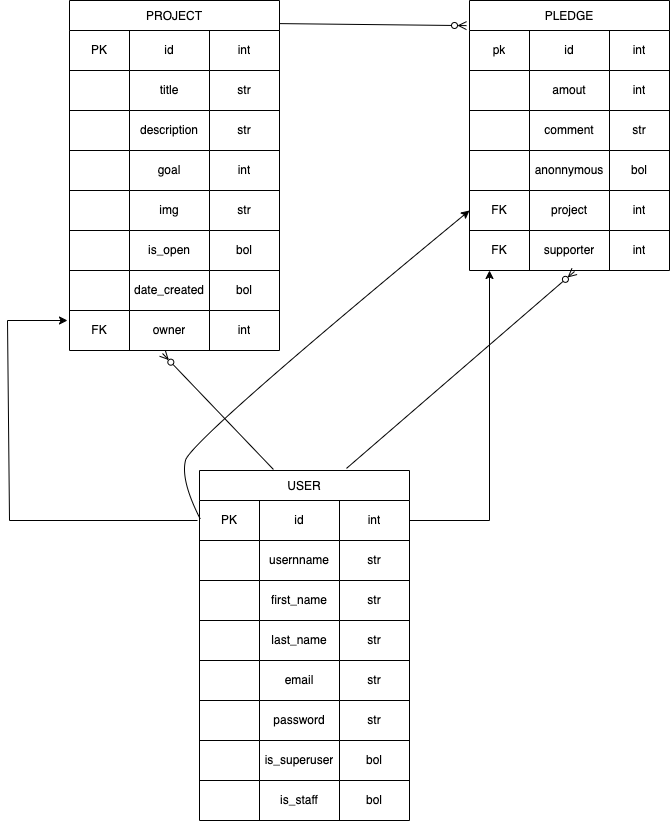
This is erd.drawio.png from AbbyKuo/crowdfunding_back_end, a draw.io export, as it was before one commit. Source tidied: cells renumbered, new cells last; positions are measured from the earlier drawing's top-left corner, leaving out a move shared by most shapes.
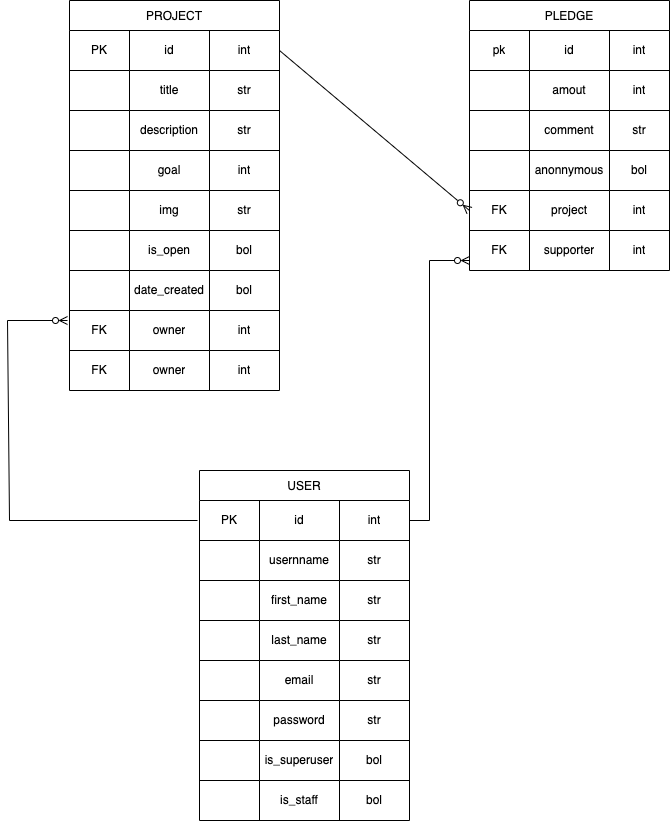
Later version of the same file.

What changed in the source:
```diff
@@ -102,7 +102,7 @@
       <mxGeometry x="140" width="70" height="40" as="geometry" />
     </mxCell>
     <mxCell id="35" value="PROJECT" style="shape=table;startSize=30;" parent="1" vertex="1">
-      <mxGeometry x="62" width="210" height="350" as="geometry" />
+      <mxGeometry x="62" width="210" height="390" as="geometry" />
     </mxCell>
     <mxCell id="36" style="shape=tableRow;horizontal=0;startSize=0;swimlaneHead=0;swimlaneBody=0;strokeColor=inherit;top=0;left=0;bottom=0;right=0;fillColor=none;points=[[0,0.5],[1,0.5]];portConstraint=eastwest;" parent="35" vertex="1">
       <mxGeometry y="30" width="210" height="40" as="geometry" />
@@ -188,8 +188,20 @@
     <mxCell id="63" value="bol" style="shape=partialRectangle;html=1;whiteSpace=wrap;strokeColor=inherit;overflow=hidden;fillColor=none;top=0;left=0;bottom=0;right=0;" parent="60" vertex="1">
       <mxGeometry x="140" width="70" height="40" as="geometry" />
     </mxCell>
+    <mxCell id="99" style="shape=tableRow;horizontal=0;startSize=0;swimlaneHead=0;swimlaneBody=0;strokeColor=inherit;top=0;left=0;bottom=0;right=0;fillColor=none;" parent="35" vertex="1">
+      <mxGeometry y="310" width="210" height="40" as="geometry" />
+    </mxCell>
+    <mxCell id="100" value="FK" style="shape=partialRectangle;html=1;whiteSpace=wrap;strokeColor=inherit;overflow=hidden;fillColor=none;top=0;left=0;bottom=0;right=0;" parent="99" vertex="1">
+      <mxGeometry width="60" height="40" as="geometry" />
+    </mxCell>
+    <mxCell id="101" value="owner" style="shape=partialRectangle;html=1;whiteSpace=wrap;strokeColor=inherit;overflow=hidden;fillColor=none;top=0;left=0;bottom=0;right=0;" parent="99" vertex="1">
+      <mxGeometry x="60" width="80" height="40" as="geometry" />
+    </mxCell>
+    <mxCell id="102" value="int" style="shape=partialRectangle;html=1;whiteSpace=wrap;strokeColor=inherit;overflow=hidden;fillColor=none;top=0;left=0;bottom=0;right=0;" parent="99" vertex="1">
+      <mxGeometry x="140" width="70" height="40" as="geometry" />
+    </mxCell>
     <mxCell id="64" style="shape=tableRow;horizontal=0;startSize=0;swimlaneHead=0;swimlaneBody=0;strokeColor=inherit;top=0;left=0;bottom=0;right=0;fillColor=none;points=[[0,0.5],[1,0.5]];portConstraint=eastwest;" parent="35" vertex="1">
-      <mxGeometry y="310" width="210" height="40" as="geometry" />
+      <mxGeometry y="350" width="210" height="40" as="geometry" />
     </mxCell>
     <mxCell id="65" value="FK" style="shape=partialRectangle;html=1;whiteSpace=wrap;strokeColor=inherit;overflow=hidden;fillColor=none;top=0;left=0;bottom=0;right=0;" parent="64" vertex="1">
       <mxGeometry width="60" height="40" as="geometry" />
@@ -275,17 +287,7 @@
     <mxCell id="92" value="int" style="shape=partialRectangle;html=1;whiteSpace=wrap;strokeColor=inherit;overflow=hidden;fillColor=none;top=0;left=0;bottom=0;right=0;" parent="89" vertex="1">
       <mxGeometry x="140" width="60" height="40" as="geometry" />
     </mxCell>
-    <mxCell id="93" style="curved=1;endArrow=classic;html=1;rounded=0;endFill=1;entryX=0.75;entryY=1;entryDx=0;entryDy=0;" parent="1" edge="1">
-      <mxGeometry relative="1" as="geometry">
-        <mxPoint x="193" y="519" as="sourcePoint" />
-        <mxPoint x="462" y="210" as="targetPoint" />
-        <Array as="points">
-          <mxPoint x="173" y="480" />
-          <mxPoint x="183" y="440" />
-        </Array>
-      </mxGeometry>
-    </mxCell>
-    <mxCell id="94" style="endArrow=none;html=1;rounded=0;exitX=0.75;exitY=0;exitDx=0;exitDy=0;endFill=0;startArrow=classic;startFill=1;" parent="1" edge="1">
+    <mxCell id="94" style="endArrow=none;html=1;rounded=0;exitX=0.75;exitY=0;exitDx=0;exitDy=0;endFill=0;startArrow=ERzeroToMany;startFill=0;" parent="1" edge="1">
       <mxGeometry relative="1" as="geometry">
         <mxPoint x="60" y="320" as="sourcePoint" />
         <mxPoint x="190" y="520" as="targetPoint" />
@@ -295,22 +297,17 @@
         </Array>
       </mxGeometry>
     </mxCell>
-    <mxCell id="95" style="endArrow=classic;html=1;rounded=0;exitX=1;exitY=0.5;exitDx=0;exitDy=0;endFill=1;" parent="1" edge="1" source="3">
-      <mxGeometry relative="1" as="geometry">
-        <mxPoint x="482" y="270" as="targetPoint" />
-        <Array as="points">
-          <mxPoint x="482" y="520" />
-        </Array>
-      </mxGeometry>
-    </mxCell>
-    <mxCell id="96" style="endArrow=ERzeroToMany;html=1;rounded=0;entryX=0.525;entryY=1.025;entryDx=0;entryDy=0;entryPerimeter=0;exitX=0.7;exitY=-0.006;exitDx=0;exitDy=0;exitPerimeter=0;endFill=0;" parent="1" edge="1" source="2" target="89">
-      <mxGeometry relative="1" as="geometry" />
-    </mxCell>
-    <mxCell id="97" style="endArrow=ERzeroToMany;html=1;rounded=0;exitX=0.352;exitY=-0.003;exitDx=0;exitDy=0;exitPerimeter=0;entryX=0.443;entryY=1.075;entryDx=0;entryDy=0;entryPerimeter=0;endFill=0;" parent="1" edge="1" source="2" target="64">
-      <mxGeometry relative="1" as="geometry" />
-    </mxCell>
-    <mxCell id="98" style="endArrow=ERzeroToMany;html=1;rounded=0;exitX=1;exitY=0.066;exitDx=0;exitDy=0;exitPerimeter=0;entryX=-0.015;entryY=0.093;entryDx=0;entryDy=0;entryPerimeter=0;endFill=0;" parent="1" edge="1" source="35" target="68">
-      <mxGeometry relative="1" as="geometry" />
-    </mxCell>
+    <mxCell id="103" style="endArrow=ERzeroToMany;html=1;rounded=0;exitX=1;exitY=0.5;exitDx=0;exitDy=0;entryX=0;entryY=0.5;entryDx=0;entryDy=0;endFill=0;" parent="1" edge="1" source="36" target="85">
+      <mxGeometry relative="1" as="geometry" />
+    </mxCell>
+    <mxCell id="104" style="endArrow=ERzeroToMany;html=1;rounded=0;exitX=1;exitY=0.5;exitDx=0;exitDy=0;endFill=0;" parent="1" edge="1" source="3">
+      <mxGeometry relative="1" as="geometry">
+        <mxPoint x="462" y="260" as="targetPoint" />
+        <Array as="points">
+          <mxPoint x="422" y="520" />
+          <mxPoint x="422" y="260" />
+        </Array>
+      </mxGeometry>
+    </mxCell>
   </root>
 </mxGraphModel>
```
